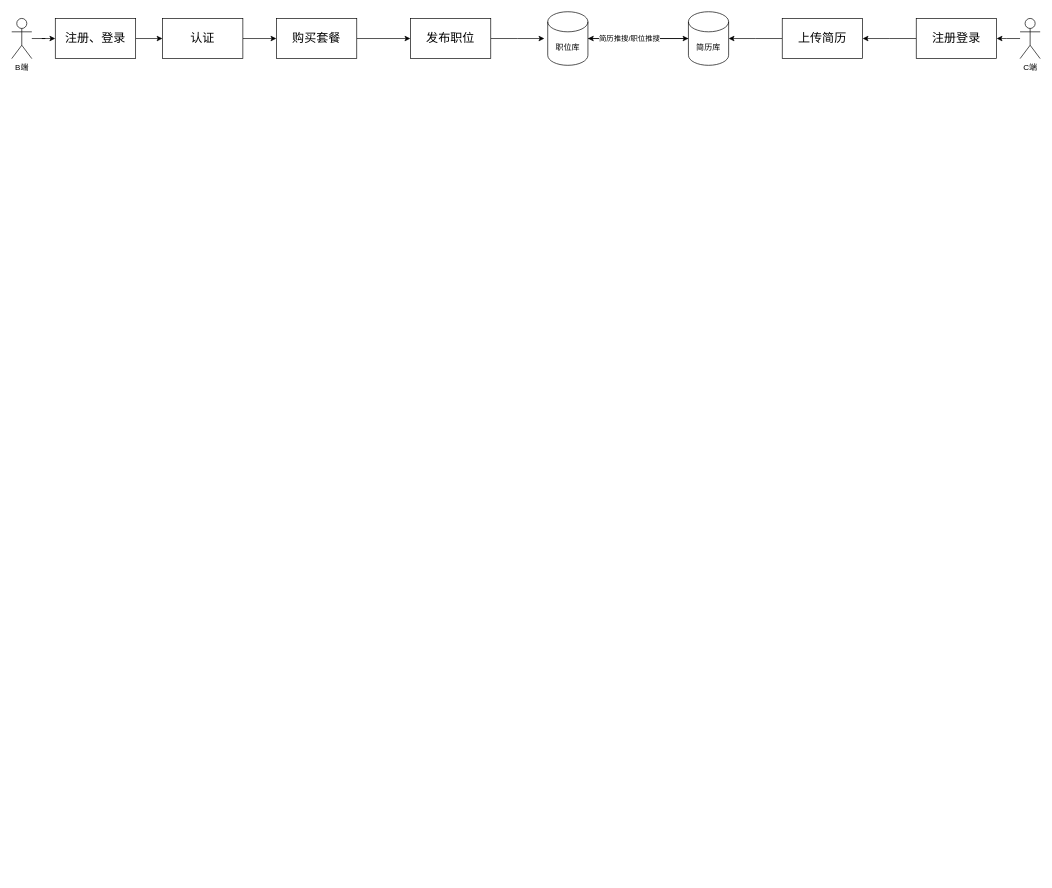
Earlier version of the draw.io diagram 未命名绘图.drawio (zhumeilu/drawio). Source tidied: cells renumbered, new cells numbered last; positions are measured from the earlier drawing's top-left corner, leaving out a move shared by most shapes. Both pictures are drawn from the tidied source at 67%, with x=0, y=0 at pixel (11, 11).
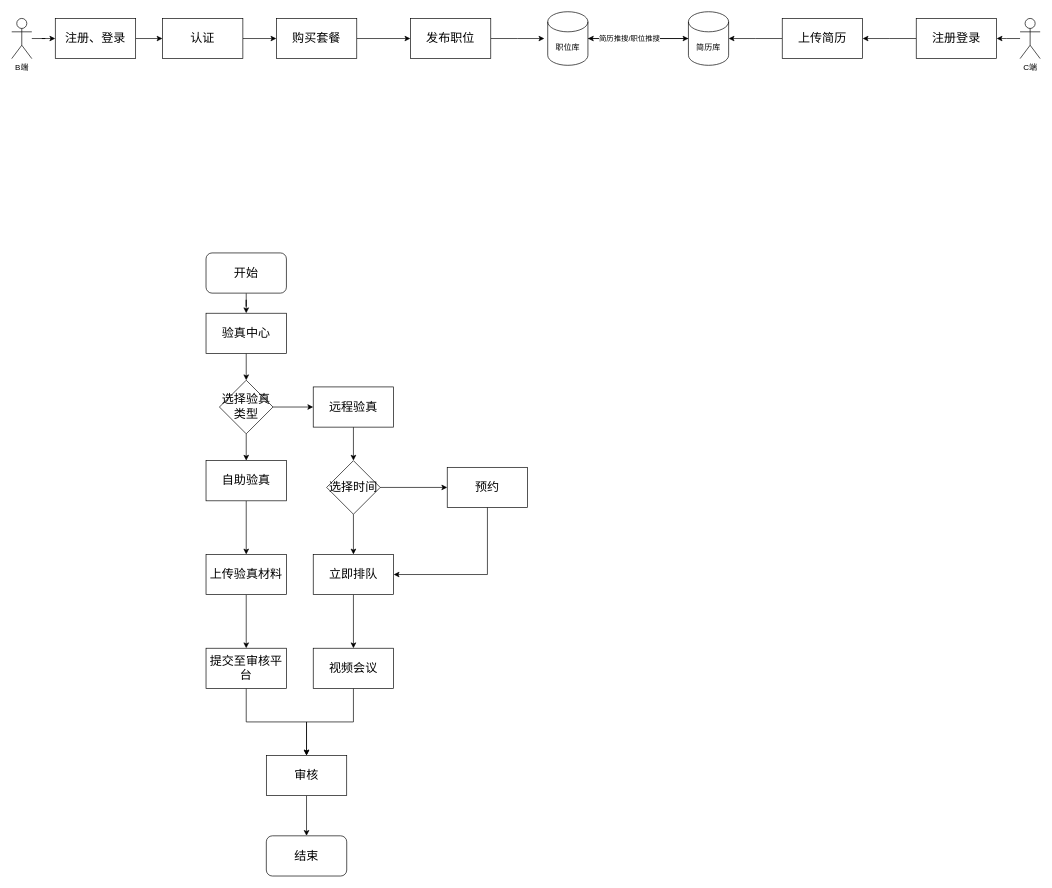
After the change.

Commit message:
更新未命名绘图.drawio

The edit, as a diff of the source:
```diff
@@
+    <mxCell id="23" style="edgeStyle=orthogonalEdgeStyle;rounded=0;jettySize=auto;html=1;" parent="1" edge="1" source="24" target="26">
+      <mxGeometry relative="1" as="geometry" />
+    </mxCell>
+    <mxCell id="24" value="&lt;p&gt;&lt;font style=&quot;font-size: 18px;&quot;&gt;开始&lt;/font&gt;&lt;/p&gt;" style="rounded=1;whiteSpace=wrap;html=1;" parent="1" vertex="1">
+      <mxGeometry x="290" y="360" width="120" height="60" as="geometry" />
+    </mxCell>
+    <mxCell id="25" style="edgeStyle=orthogonalEdgeStyle;rounded=0;jettySize=auto;html=1;" parent="1" edge="1" source="26" target="29">
+      <mxGeometry relative="1" as="geometry" />
+    </mxCell>
+    <mxCell id="26" value="&lt;font style=&quot;font-size: 18px;&quot;&gt;验真中心&lt;/font&gt;" style="rounded=0;whiteSpace=wrap;html=1;" parent="1" vertex="1">
+      <mxGeometry x="290" y="450" width="120" height="60" as="geometry" />
+    </mxCell>
+    <mxCell id="27" style="edgeStyle=orthogonalEdgeStyle;rounded=0;jettySize=auto;html=1;" parent="1" edge="1" source="29" target="31">
+      <mxGeometry relative="1" as="geometry" />
+    </mxCell>
+    <mxCell id="28" style="edgeStyle=orthogonalEdgeStyle;rounded=0;jettySize=auto;html=1;" parent="1" edge="1" source="29" target="33">
+      <mxGeometry relative="1" as="geometry" />
+    </mxCell>
+    <mxCell id="29" value="&lt;font style=&quot;font-size: 18px;&quot;&gt;选择验真类型&lt;/font&gt;" style="rhombus;whiteSpace=wrap;html=1;rounded=0;" parent="1" vertex="1">
+      <mxGeometry x="310" y="550" width="80" height="80" as="geometry" />
+    </mxCell>
+    <mxCell id="30" style="edgeStyle=orthogonalEdgeStyle;rounded=0;jettySize=auto;html=1;" parent="1" edge="1" source="31" target="35">
+      <mxGeometry relative="1" as="geometry" />
+    </mxCell>
+    <mxCell id="31" value="&lt;font style=&quot;font-size: 18px;&quot;&gt;自助验真&lt;/font&gt;" style="whiteSpace=wrap;html=1;rounded=0;" parent="1" vertex="1">
+      <mxGeometry x="290" y="670" width="120" height="60" as="geometry" />
+    </mxCell>
+    <mxCell id="32" style="edgeStyle=orthogonalEdgeStyle;rounded=0;jettySize=auto;html=1;" parent="1" edge="1" source="33" target="44">
+      <mxGeometry relative="1" as="geometry" />
+    </mxCell>
+    <mxCell id="33" value="&lt;font style=&quot;font-size: 18px;&quot;&gt;远程验真&lt;/font&gt;" style="whiteSpace=wrap;html=1;rounded=0;" parent="1" vertex="1">
+      <mxGeometry x="450" y="560" width="120" height="60" as="geometry" />
+    </mxCell>
+    <mxCell id="34" style="edgeStyle=orthogonalEdgeStyle;rounded=0;jettySize=auto;html=1;" parent="1" edge="1" source="35" target="37">
+      <mxGeometry relative="1" as="geometry" />
+    </mxCell>
+    <mxCell id="35" value="&lt;font style=&quot;font-size: 18px;&quot;&gt;上传验真材料&lt;/font&gt;" style="whiteSpace=wrap;html=1;rounded=0;" parent="1" vertex="1">
+      <mxGeometry x="290" y="810" width="120" height="60" as="geometry" />
+    </mxCell>
+    <mxCell id="36" style="edgeStyle=orthogonalEdgeStyle;rounded=0;jettySize=auto;html=1;entryX=0.5;entryY=0;entryDx=0;entryDy=0;" parent="1" edge="1" source="37" target="48">
+      <mxGeometry relative="1" as="geometry" />
+    </mxCell>
+    <mxCell id="37" value="&lt;font style=&quot;font-size: 18px;&quot;&gt;提交至审核平台&lt;/font&gt;" style="whiteSpace=wrap;html=1;rounded=0;" parent="1" vertex="1">
+      <mxGeometry x="290" y="950" width="120" height="60" as="geometry" />
+    </mxCell>
+    <mxCell id="38" value="&lt;font style=&quot;font-size: 18px;&quot;&gt;预约&lt;/font&gt;" style="whiteSpace=wrap;html=1;rounded=0;" parent="1" vertex="1">
+      <mxGeometry x="650" y="680" width="120" height="60" as="geometry" />
+    </mxCell>
+    <mxCell id="39" style="edgeStyle=orthogonalEdgeStyle;rounded=0;jettySize=auto;html=1;" parent="1" edge="1" source="40" target="46">
+      <mxGeometry relative="1" as="geometry" />
+    </mxCell>
+    <mxCell id="40" value="&lt;font style=&quot;font-size: 18px;&quot;&gt;立即排队&lt;/font&gt;" style="whiteSpace=wrap;html=1;rounded=0;" parent="1" vertex="1">
+      <mxGeometry x="450" y="810" width="120" height="60" as="geometry" />
+    </mxCell>
+    <mxCell id="41" style="endArrow=classic;html=1;rounded=0;entryX=1;entryY=0.5;entryDx=0;entryDy=0;exitX=0.5;exitY=1;exitDx=0;exitDy=0;" parent="1" edge="1" source="38" target="40">
+      <mxGeometry relative="1" as="geometry">
+        <Array as="points">
+          <mxPoint x="710" y="840" />
+        </Array>
+      </mxGeometry>
+    </mxCell>
+    <mxCell id="42" style="edgeStyle=orthogonalEdgeStyle;rounded=0;jettySize=auto;html=1;" parent="1" edge="1" source="44" target="40">
+      <mxGeometry relative="1" as="geometry" />
+    </mxCell>
+    <mxCell id="43" style="edgeStyle=orthogonalEdgeStyle;rounded=0;jettySize=auto;html=1;" parent="1" edge="1" source="44" target="38">
+      <mxGeometry relative="1" as="geometry" />
+    </mxCell>
+    <mxCell id="44" value="&lt;font style=&quot;font-size: 18px;&quot;&gt;选择时间&lt;/font&gt;" style="rhombus;whiteSpace=wrap;html=1;" parent="1" vertex="1">
+      <mxGeometry x="470" y="670" width="80" height="80" as="geometry" />
+    </mxCell>
+    <mxCell id="45" style="edgeStyle=orthogonalEdgeStyle;rounded=0;jettySize=auto;html=1;" parent="1" edge="1" source="46" target="48">
+      <mxGeometry relative="1" as="geometry" />
+    </mxCell>
+    <mxCell id="46" value="&lt;font style=&quot;font-size: 18px;&quot;&gt;视频会议&lt;/font&gt;" style="whiteSpace=wrap;html=1;rounded=0;" parent="1" vertex="1">
+      <mxGeometry x="450" y="950" width="120" height="60" as="geometry" />
+    </mxCell>
+    <mxCell id="47" style="edgeStyle=orthogonalEdgeStyle;rounded=0;jettySize=auto;html=1;" parent="1" edge="1" source="48" target="49">
+      <mxGeometry relative="1" as="geometry" />
+    </mxCell>
+    <mxCell id="48" value="&lt;span style=&quot;font-size: 18px;&quot;&gt;审核&lt;/span&gt;" style="whiteSpace=wrap;html=1;rounded=0;" parent="1" vertex="1">
+      <mxGeometry x="380" y="1110" width="120" height="60" as="geometry" />
+    </mxCell>
+    <mxCell id="49" value="&lt;font style=&quot;font-size: 18px;&quot;&gt;结束&lt;/font&gt;" style="rounded=1;whiteSpace=wrap;html=1;" parent="1" vertex="1">
+      <mxGeometry x="380" y="1230" width="120" height="60" as="geometry" />
+    </mxCell>
```
